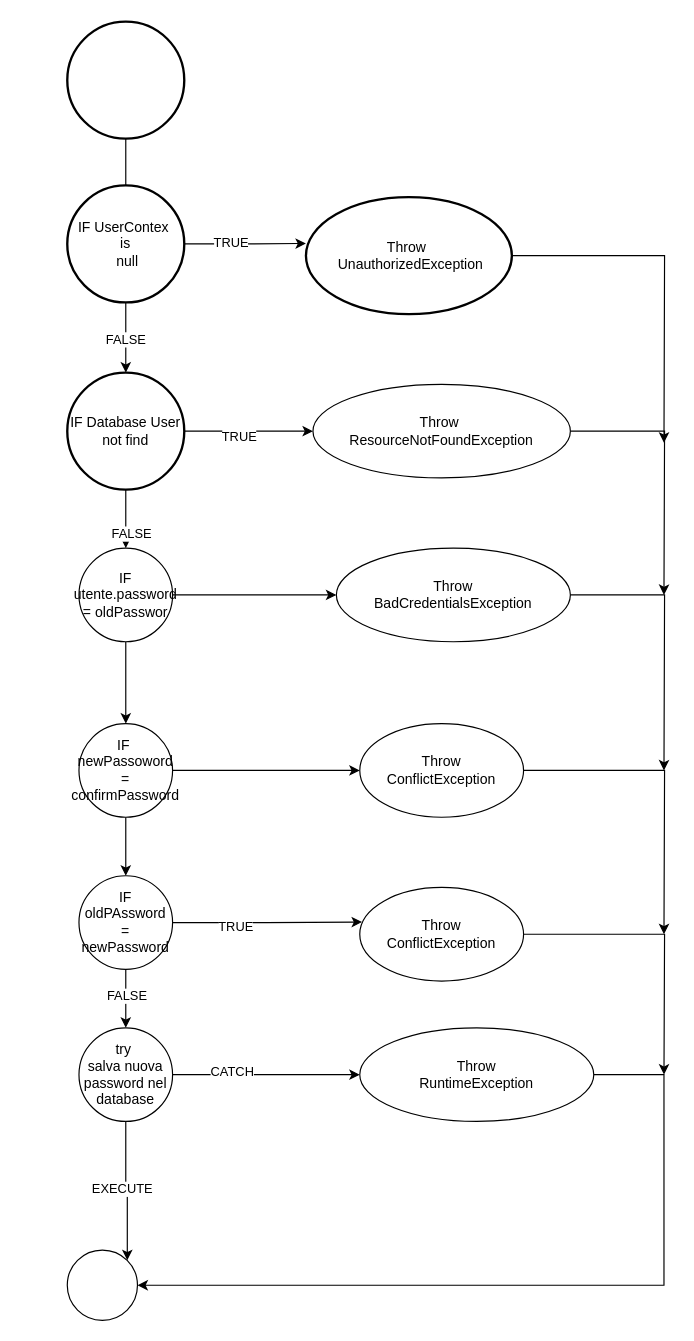
This is diagrammi/grafoCambiaPasswordWhiteBoxTest.drawio from Sperob98/Documentazione-DietiEstates25, a draw.io file, before an edit. Source tidied: cells renumbered, new cells numbered last; positions are measured from the earlier drawing's top-left corner, leaving out a move shared by most shapes. Both pictures are drawn from the tidied source at 117%, with x=0, y=0 at pixel (67, 21).
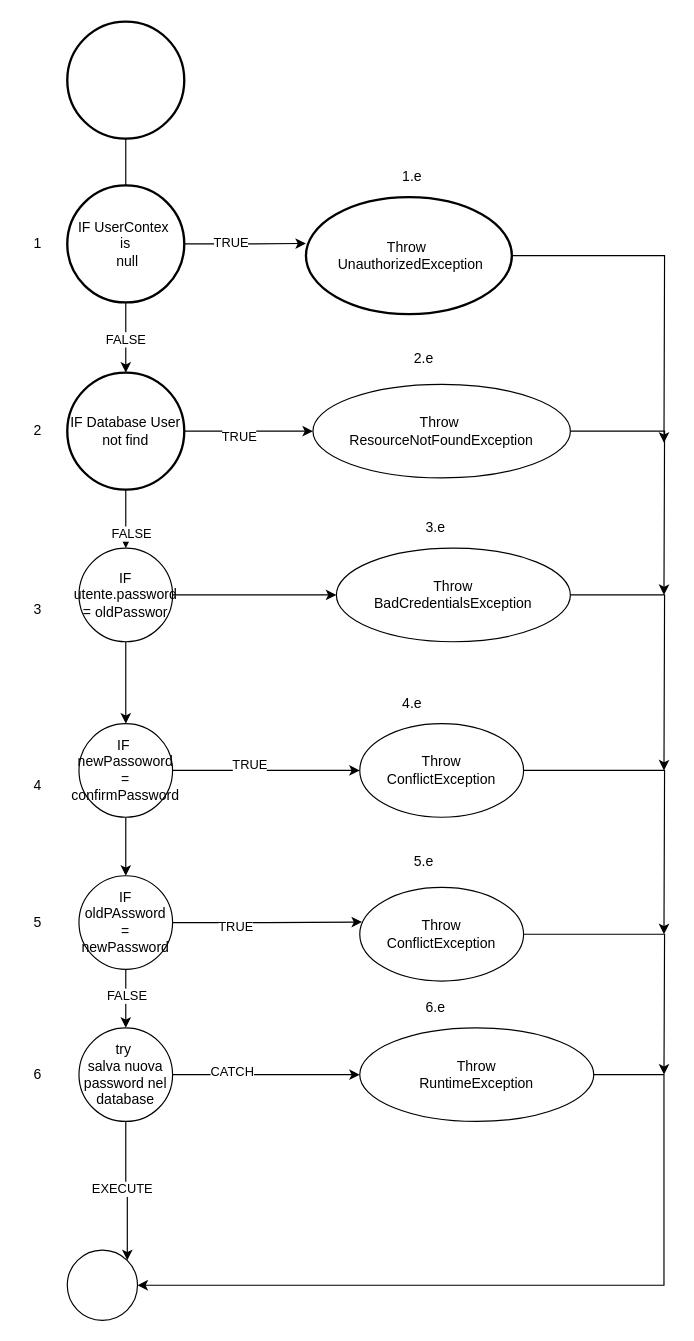
The same diagram, later.

What changed in the source:
```diff
@@
+    <mxCell id="43" value="1" style="text;html=1;align=center;verticalAlign=middle;whiteSpace=wrap;rounded=0;" parent="1" vertex="1">
+      <mxGeometry x="-40" y="177.5" width="30" height="25" as="geometry" />
+    </mxCell>
+    <mxCell id="44" value="2" style="text;html=1;align=center;verticalAlign=middle;whiteSpace=wrap;rounded=0;" parent="1" vertex="1">
+      <mxGeometry x="-40" y="337.5" width="30" height="25" as="geometry" />
+    </mxCell>
+    <mxCell id="45" value="1.e" style="text;html=1;align=center;verticalAlign=middle;whiteSpace=wrap;rounded=0;" parent="1" vertex="1">
+      <mxGeometry x="280" y="120" width="30" height="25" as="geometry" />
+    </mxCell>
+    <mxCell id="46" value="3" style="text;html=1;align=center;verticalAlign=middle;whiteSpace=wrap;rounded=0;" parent="1" vertex="1">
+      <mxGeometry x="-40" y="490" width="30" height="25" as="geometry" />
+    </mxCell>
+    <mxCell id="47" value="4" style="text;html=1;align=center;verticalAlign=middle;whiteSpace=wrap;rounded=0;" parent="1" vertex="1">
+      <mxGeometry x="-40" y="640" width="30" height="25" as="geometry" />
+    </mxCell>
+    <mxCell id="48" value="5" style="text;html=1;align=center;verticalAlign=middle;whiteSpace=wrap;rounded=0;" parent="1" vertex="1">
+      <mxGeometry x="-40" y="757.5" width="30" height="25" as="geometry" />
+    </mxCell>
+    <mxCell id="49" value="TRUE" style="edgeLabel;html=1;align=center;verticalAlign=middle;" parent="1" vertex="1">
+      <mxGeometry x="150" y="755" as="geometry">
+        <mxPoint x="5" y="-121" as="offset" />
+      </mxGeometry>
+    </mxCell>
+    <mxCell id="50" value="6" style="text;html=1;align=center;verticalAlign=middle;whiteSpace=wrap;rounded=0;" parent="1" vertex="1">
+      <mxGeometry x="-40" y="887.5" width="30" height="25" as="geometry" />
+    </mxCell>
+    <mxCell id="51" value="2.e" style="text;html=1;align=center;verticalAlign=middle;whiteSpace=wrap;rounded=0;" parent="1" vertex="1">
+      <mxGeometry x="290" y="275" width="30" height="25" as="geometry" />
+    </mxCell>
+    <mxCell id="52" value="3.e" style="text;html=1;align=center;verticalAlign=middle;whiteSpace=wrap;rounded=0;" parent="1" vertex="1">
+      <mxGeometry x="300" y="420" width="30" height="25" as="geometry" />
+    </mxCell>
+    <mxCell id="53" value="4.e" style="text;html=1;align=center;verticalAlign=middle;whiteSpace=wrap;rounded=0;" parent="1" vertex="1">
+      <mxGeometry x="280" y="570" width="30" height="25" as="geometry" />
+    </mxCell>
+    <mxCell id="54" value="5.e" style="text;html=1;align=center;verticalAlign=middle;whiteSpace=wrap;rounded=0;" parent="1" vertex="1">
+      <mxGeometry x="290" y="705" width="30" height="25" as="geometry" />
+    </mxCell>
+    <mxCell id="55" value="6.e" style="text;html=1;align=center;verticalAlign=middle;whiteSpace=wrap;rounded=0;" parent="1" vertex="1">
+      <mxGeometry x="300" y="830" width="30" height="25" as="geometry" />
+    </mxCell>
```
